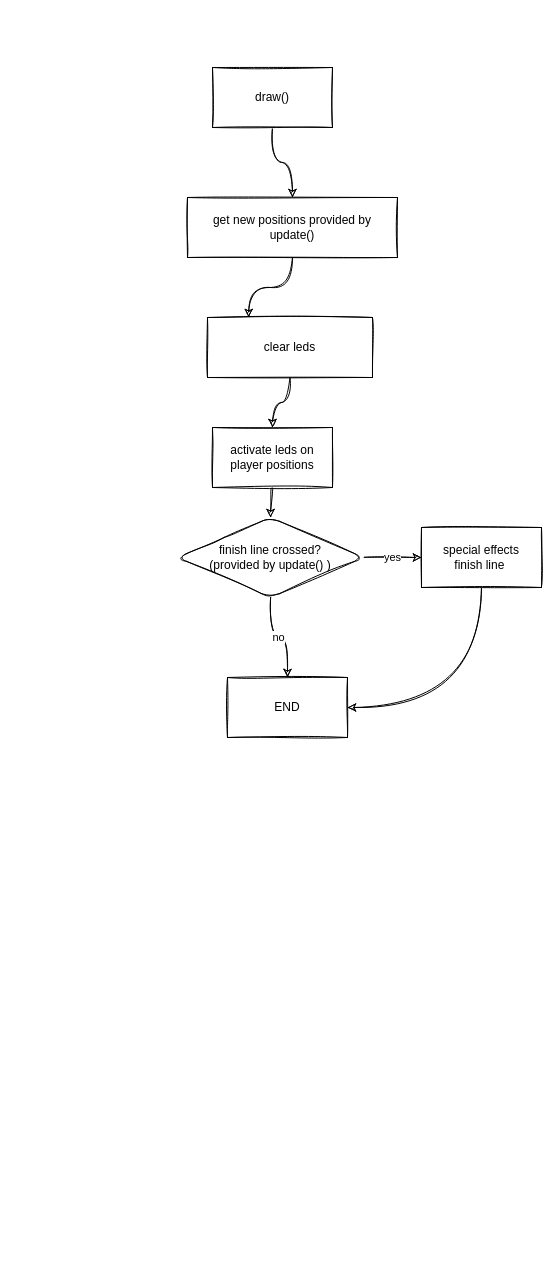
Earlier version of the draw.io diagram Doku/Diagramme/function_draw.drawio (cptwtf/ledrace). Source tidied: cells renumbered, new cells numbered last; positions are measured from the earlier drawing's top-left corner, leaving out a move shared by most shapes. Both pictures are drawn from the tidied source at 100%, with x=0, y=0 at pixel (177, 67).
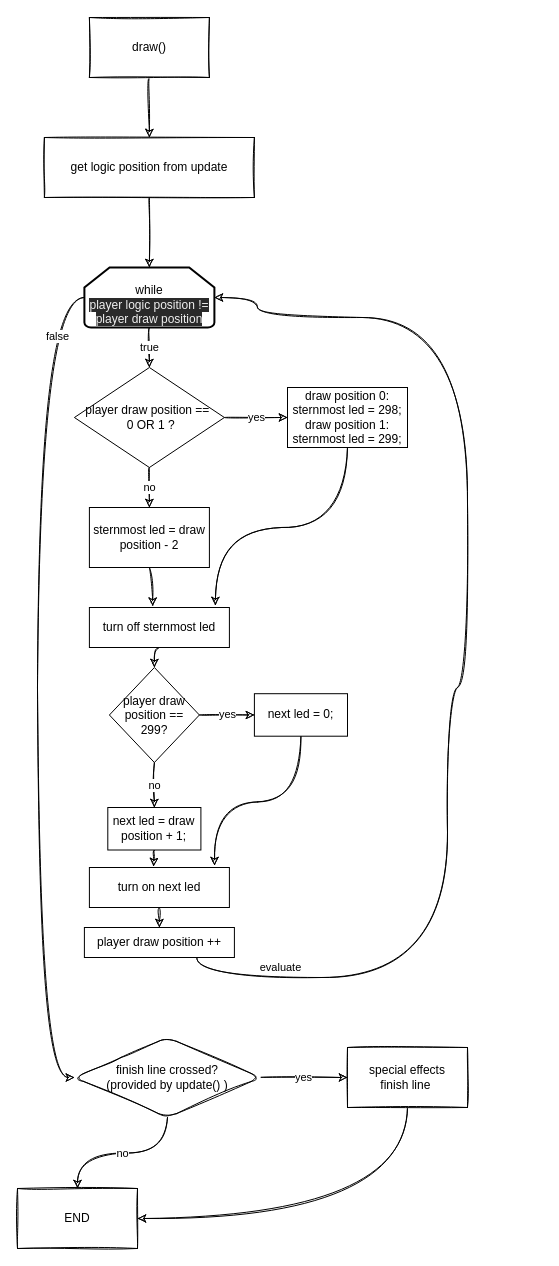
The same page after the edit.

Diff of the diagram source:
```diff
@@
     <mxCell id="3" value="draw()" style="rounded=0;whiteSpace=wrap;html=1;shadow=0;sketch=1;" parent="1" vertex="1">
-      <mxGeometry x="35" width="120" height="60" as="geometry" />
+      <mxGeometry x="-88.1" y="-50" width="120" height="60" as="geometry" />
     </mxCell>
-    <mxCell id="4" style="edgeStyle=orthogonalEdgeStyle;curved=1;rounded=1;sketch=1;jettySize=auto;html=1;exitX=0.5;exitY=1;exitDx=0;exitDy=0;entryX=0.25;entryY=0;entryDx=0;entryDy=0;shadow=0;" parent="1" edge="1" source="5" target="7">
+    <mxCell id="4" style="edgeStyle=orthogonalEdgeStyle;curved=1;rounded=1;sketch=1;jettySize=auto;html=1;exitX=0.5;exitY=1;exitDx=0;exitDy=0;shadow=0;entryX=0.5;entryY=0;entryDx=0;entryDy=0;entryPerimeter=0;" parent="1" edge="1" source="5" target="17">
       <mxGeometry relative="1" as="geometry" />
     </mxCell>
-    <mxCell id="5" value="get new positions provided by&lt;br&gt;update()" style="rounded=0;whiteSpace=wrap;html=1;shadow=0;sketch=1;" parent="1" vertex="1">
-      <mxGeometry x="10" y="130" width="210" height="60" as="geometry" />
+    <mxCell id="5" value="get logic position from update" style="rounded=0;whiteSpace=wrap;html=1;shadow=0;sketch=1;" parent="1" vertex="1">
+      <mxGeometry x="-133.1" y="70" width="210" height="60" as="geometry" />
     </mxCell>
-    <mxCell id="6" style="edgeStyle=orthogonalEdgeStyle;curved=1;rounded=1;sketch=1;jettySize=auto;html=1;exitX=0.5;exitY=1;exitDx=0;exitDy=0;shadow=0;" parent="1" edge="1" source="7" target="12">
-      <mxGeometry relative="1" as="geometry" />
-    </mxCell>
-    <mxCell id="7" value="clear leds" style="rounded=0;whiteSpace=wrap;html=1;shadow=0;sketch=1;" parent="1" vertex="1">
-      <mxGeometry x="30" y="250" width="165" height="60" as="geometry" />
-    </mxCell>
@@
     <mxCell id="10" value="finish line crossed?&lt;br&gt;(provided by update() )" style="rhombus;whiteSpace=wrap;html=1;rounded=1;shadow=0;sketch=1;" parent="1" vertex="1">
-      <mxGeometry y="450" width="186.2" height="80" as="geometry" />
+      <mxGeometry x="-103.1" y="970" width="186.2" height="80" as="geometry" />
     </mxCell>
-    <mxCell id="11" style="edgeStyle=orthogonalEdgeStyle;curved=1;rounded=1;sketch=1;jettySize=auto;html=1;exitX=0.5;exitY=1;exitDx=0;exitDy=0;entryX=0.5;entryY=0;entryDx=0;entryDy=0;shadow=0;" parent="1" edge="1" source="12" target="10">
-      <mxGeometry relative="1" as="geometry" />
-    </mxCell>
-    <mxCell id="12" value="activate leds on player positions" style="rounded=0;whiteSpace=wrap;html=1;shadow=0;sketch=1;" parent="1" vertex="1">
-      <mxGeometry x="35" y="360" width="120" height="60" as="geometry" />
-    </mxCell>
@@
     <mxCell id="14" value="special effects&lt;br&gt;finish line&amp;nbsp;" style="rounded=0;whiteSpace=wrap;html=1;shadow=0;sketch=1;" parent="1" vertex="1">
-      <mxGeometry x="244" y="460" width="120" height="60" as="geometry" />
+      <mxGeometry x="170" y="980" width="120" height="60" as="geometry" />
     </mxCell>
     <mxCell id="15" value="END" style="rounded=0;whiteSpace=wrap;html=1;shadow=0;sketch=1;" parent="1" vertex="1">
-      <mxGeometry x="50" y="610" width="120" height="60" as="geometry" />
+      <mxGeometry x="-160" y="1121" width="120" height="60" as="geometry" />
     </mxCell>
+    <mxCell id="16" value="false" style="edgeStyle=orthogonalEdgeStyle;curved=1;sketch=1;jettySize=auto;html=1;exitX=0;exitY=0.5;exitDx=0;exitDy=0;exitPerimeter=0;entryX=0;entryY=0.5;entryDx=0;entryDy=0;shadow=0;" parent="1" edge="1" source="17" target="10">
+      <mxGeometry x="-0.8" y="20" relative="1" as="geometry">
+        <Array as="points">
+          <mxPoint x="-140" y="230" />
+          <mxPoint x="-140" y="1010" />
+        </Array>
+      </mxGeometry>
+    </mxCell>
+    <mxCell id="17" value="&lt;br&gt;while&lt;br&gt;&lt;span style=&quot;color: rgb(240 , 240 , 240) ; font-family: &amp;#34;helvetica&amp;#34; ; font-size: 12px ; font-style: normal ; font-weight: 400 ; letter-spacing: normal ; text-align: center ; text-indent: 0px ; text-transform: none ; word-spacing: 0px ; background-color: rgb(42 , 42 , 42) ; display: inline ; float: none&quot;&gt;player logic position != player draw position&lt;/span&gt;" style="strokeWidth=2;html=1;shape=mxgraph.flowchart.loop_limit;whiteSpace=wrap;" parent="1" vertex="1">
+      <mxGeometry x="-93.1" y="200" width="130" height="60" as="geometry" />
+    </mxCell>
+    <mxCell id="18" value="evaluate" style="edgeStyle=orthogonalEdgeStyle;curved=1;sketch=1;jettySize=auto;html=1;entryX=1;entryY=0.5;entryDx=0;entryDy=0;entryPerimeter=0;shadow=0;exitX=0.75;exitY=1;exitDx=0;exitDy=0;" parent="1" edge="1" source="38" target="17">
+      <mxGeometry x="-0.83" y="10" relative="1" as="geometry">
+        <Array as="points">
+          <mxPoint x="19" y="910" />
+          <mxPoint x="270" y="910" />
+          <mxPoint x="270" y="620" />
+          <mxPoint x="290" y="620" />
+          <mxPoint x="290" y="250" />
+          <mxPoint x="80" y="250" />
+          <mxPoint x="80" y="230" />
+        </Array>
+      </mxGeometry>
+    </mxCell>
+    <mxCell id="19" style="edgeStyle=orthogonalEdgeStyle;curved=1;sketch=1;jettySize=auto;html=1;exitX=0.5;exitY=1;exitDx=0;exitDy=0;entryX=1;entryY=0.5;entryDx=0;entryDy=0;shadow=0;" parent="1" edge="1" source="20" target="31">
+      <mxGeometry relative="1" as="geometry" />
+    </mxCell>
+    <mxCell id="20" value="turn off sternmost led" style="rounded=0;whiteSpace=wrap;html=1;" parent="1" vertex="1">
+      <mxGeometry x="-88.1" y="540" width="140" height="40" as="geometry" />
+    </mxCell>
+    <mxCell id="21" value="yes" style="edgeStyle=orthogonalEdgeStyle;curved=1;sketch=1;jettySize=auto;html=1;exitX=1;exitY=0.5;exitDx=0;exitDy=0;entryX=0;entryY=0.5;entryDx=0;entryDy=0;shadow=0;" parent="1" edge="1" source="22" target="28">
+      <mxGeometry relative="1" as="geometry" />
+    </mxCell>
+    <mxCell id="22" value="player draw position ==&amp;nbsp;&lt;br&gt;&amp;nbsp;0 OR 1 ?" style="rhombus;whiteSpace=wrap;html=1;" parent="1" vertex="1">
+      <mxGeometry x="-103.1" y="300" width="150" height="100" as="geometry" />
+    </mxCell>
+    <mxCell id="23" value="true" style="edgeStyle=orthogonalEdgeStyle;curved=1;sketch=1;jettySize=auto;html=1;exitX=0.5;exitY=1;exitDx=0;exitDy=0;exitPerimeter=0;entryX=0.5;entryY=0;entryDx=0;entryDy=0;shadow=0;" parent="1" edge="1" source="17" target="22">
+      <mxGeometry relative="1" as="geometry" />
+    </mxCell>
+    <mxCell id="24" style="edgeStyle=orthogonalEdgeStyle;curved=1;sketch=1;jettySize=auto;html=1;exitX=0.5;exitY=1;exitDx=0;exitDy=0;entryX=0.452;entryY=-0.033;entryDx=0;entryDy=0;entryPerimeter=0;shadow=0;" parent="1" edge="1" source="25" target="20">
+      <mxGeometry relative="1" as="geometry" />
+    </mxCell>
+    <mxCell id="25" value="sternmost led = draw position - 2" style="rounded=0;whiteSpace=wrap;html=1;" parent="1" vertex="1">
+      <mxGeometry x="-88.1" y="440" width="120" height="60" as="geometry" />
+    </mxCell>
+    <mxCell id="26" value="no" style="edgeStyle=orthogonalEdgeStyle;curved=1;sketch=1;jettySize=auto;html=1;exitX=0.5;exitY=1;exitDx=0;exitDy=0;exitPerimeter=0;entryX=0.5;entryY=0;entryDx=0;entryDy=0;shadow=0;" parent="1" edge="1" source="22" target="25">
+      <mxGeometry relative="1" as="geometry" />
+    </mxCell>
+    <mxCell id="27" style="edgeStyle=orthogonalEdgeStyle;curved=1;sketch=1;jettySize=auto;html=1;exitX=0.5;exitY=1;exitDx=0;exitDy=0;entryX=0.9;entryY=-0.05;entryDx=0;entryDy=0;entryPerimeter=0;shadow=0;" parent="1" edge="1" source="28" target="20">
+      <mxGeometry relative="1" as="geometry" />
+    </mxCell>
+    <mxCell id="28" value="draw position 0: sternmost led = 298;&lt;br&gt;draw position 1:&lt;br&gt;sternmost led = 299;" style="rounded=0;whiteSpace=wrap;html=1;" parent="1" vertex="1">
+      <mxGeometry x="110" y="320" width="120" height="60" as="geometry" />
+    </mxCell>
+    <mxCell id="29" value="yes" style="edgeStyle=orthogonalEdgeStyle;curved=1;sketch=1;jettySize=auto;html=1;exitX=0.5;exitY=1;exitDx=0;exitDy=0;shadow=0;entryX=0;entryY=0.5;entryDx=0;entryDy=0;" parent="1" edge="1" source="31" target="33">
+      <mxGeometry relative="1" as="geometry" />
+    </mxCell>
+    <mxCell id="30" value="no" style="edgeStyle=orthogonalEdgeStyle;curved=1;sketch=1;jettySize=auto;html=1;exitX=0;exitY=0.5;exitDx=0;exitDy=0;shadow=0;entryX=0.5;entryY=0;entryDx=0;entryDy=0;" parent="1" edge="1" source="31" target="35">
+      <mxGeometry relative="1" as="geometry" />
+    </mxCell>
+    <mxCell id="31" value="player draw position == 299?" style="rhombus;whiteSpace=wrap;html=1;direction=north;" parent="1" vertex="1">
+      <mxGeometry x="-68.1" y="600" width="90" height="95" as="geometry" />
+    </mxCell>
+    <mxCell id="32" style="edgeStyle=orthogonalEdgeStyle;curved=1;sketch=1;jettySize=auto;html=1;exitX=0.5;exitY=1;exitDx=0;exitDy=0;entryX=0.894;entryY=-0.05;entryDx=0;entryDy=0;entryPerimeter=0;shadow=0;" parent="1" edge="1" source="33" target="37">
+      <mxGeometry relative="1" as="geometry" />
+    </mxCell>
+    <mxCell id="33" value="next led = 0;" style="rounded=0;whiteSpace=wrap;html=1;" parent="1" vertex="1">
+      <mxGeometry x="76.9" y="626.2" width="93.1" height="42.5" as="geometry" />
+    </mxCell>
+    <mxCell id="34" style="edgeStyle=orthogonalEdgeStyle;curved=1;sketch=1;jettySize=auto;html=1;exitX=0.5;exitY=1;exitDx=0;exitDy=0;entryX=0.458;entryY=-0.025;entryDx=0;entryDy=0;entryPerimeter=0;shadow=0;" parent="1" edge="1" source="35" target="37">
+      <mxGeometry relative="1" as="geometry" />
+    </mxCell>
+    <mxCell id="35" value="next led = draw position + 1;" style="rounded=0;whiteSpace=wrap;html=1;" parent="1" vertex="1">
+      <mxGeometry x="-69.7" y="740" width="93.1" height="42.5" as="geometry" />
+    </mxCell>
+    <mxCell id="36" style="edgeStyle=orthogonalEdgeStyle;curved=1;sketch=1;jettySize=auto;html=1;exitX=0.5;exitY=1;exitDx=0;exitDy=0;entryX=0.5;entryY=0;entryDx=0;entryDy=0;shadow=0;" parent="1" edge="1" source="37" target="38">
+      <mxGeometry relative="1" as="geometry" />
+    </mxCell>
+    <mxCell id="37" value="turn on next led" style="rounded=0;whiteSpace=wrap;html=1;" parent="1" vertex="1">
+      <mxGeometry x="-88.1" y="800" width="140" height="40" as="geometry" />
+    </mxCell>
+    <mxCell id="38" value="player draw position ++" style="rounded=0;whiteSpace=wrap;html=1;" parent="1" vertex="1">
+      <mxGeometry x="-93.1" y="860" width="150" height="30" as="geometry" />
+    </mxCell>
```
